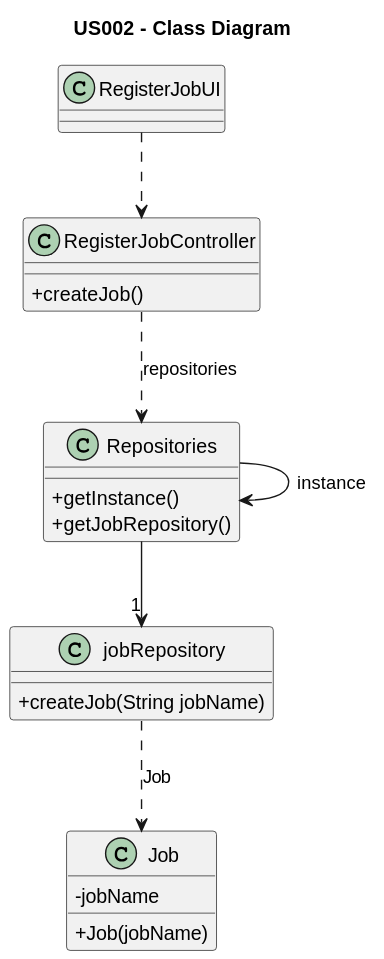
The PlantUML diagram docs/sprintB/us002/03.design/svg/us002-class-diagram.svg in Rui-San/LAPR2_2023_2024, before a commit. Source of this version:
```plantuml
@startuml
skinparam packageStyle rectangle
skinparam shadowing false
skinparam linetype polyline
title US002 - Class Diagram
skinparam classAttributeIconSize 0



Class RegisterJobController{
    +createJob()
}

Class RegisterJobUI {

}

class Repositories {
    +getInstance()
    +getJobRepository()
}

class jobRepository{
    +createJob(String jobName)
}

class Job{
    -jobName
    +Job(jobName)
}

Repositories --> Repositories : "instance"
Repositories --> "1" jobRepository
RegisterJobUI ..> RegisterJobController
RegisterJobController ..> Repositories : repositories
jobRepository ..> Job : "Job"
@enduml
```
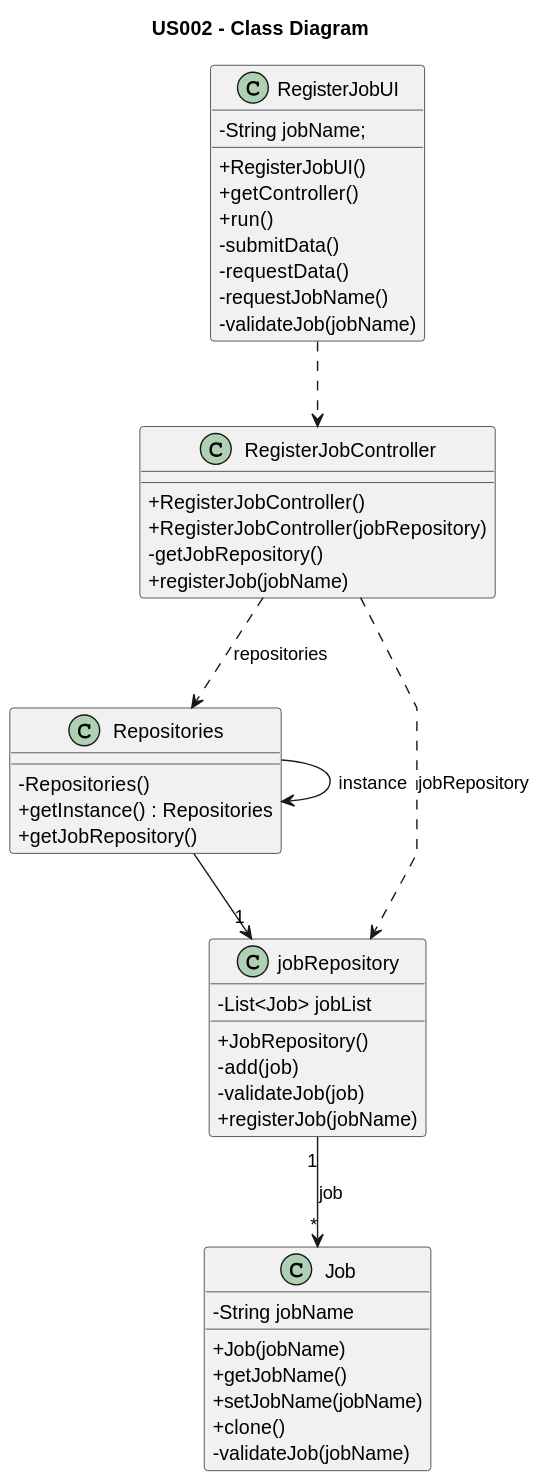
Later version of the same file.

Diff of the diagram source:
```diff
@@ -8,30 +8,57 @@
 
 
 Class RegisterJobController{
-    +createJob()
+
+
+    + RegisterJobController()
+    + RegisterJobController(jobRepository)
+    - getJobRepository()
+    + registerJob(jobName)
 }
 
 Class RegisterJobUI {
+    - String jobName;
+
+    + RegisterJobUI()
+    + getController()
+    + run()
+    - submitData()
+    - requestData()
+    - requestJobName()
+    - validateJob(jobName)
 
 }
 
 class Repositories {
-    +getInstance()
-    +getJobRepository()
+    - Repositories()
+    + getInstance() : Repositories
+    + getJobRepository()
 }
 
 class jobRepository{
-    +createJob(String jobName)
+    - List<Job> jobList
+
+    + JobRepository()
+    - add(job)
+    - validateJob(job)
+    + registerJob(jobName)
 }
 
 class Job{
-    -jobName
-    +Job(jobName)
+    - String jobName
+
+    + Job(jobName)
+    + getJobName()
+    + setJobName(jobName)
+    + clone()
+    - validateJob(jobName)
+
 }
 
 Repositories --> Repositories : "instance"
 Repositories --> "1" jobRepository
 RegisterJobUI ..> RegisterJobController
 RegisterJobController ..> Repositories : repositories
-jobRepository ..> Job : "Job"
+jobRepository "1" --> "*" Job : "job"
+RegisterJobController ..> jobRepository : jobRepository
 @enduml
```
